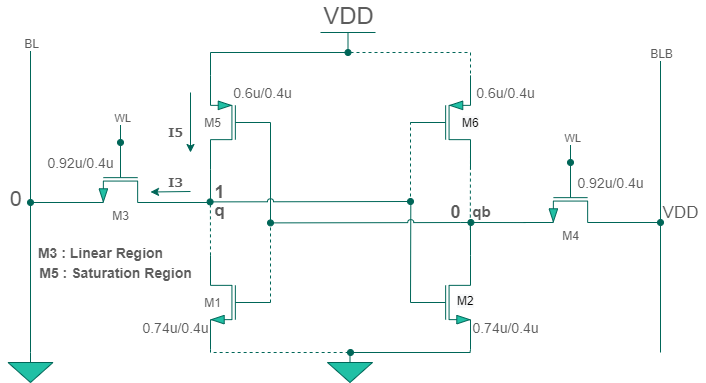
This is Images/write.png from Khadgaray/6T_SRAM, a draw.io export, as it was before one commit. Source tidied: cells renumbered, new cells last; positions are measured from the earlier drawing's top-left corner, leaving out a move shared by most shapes.
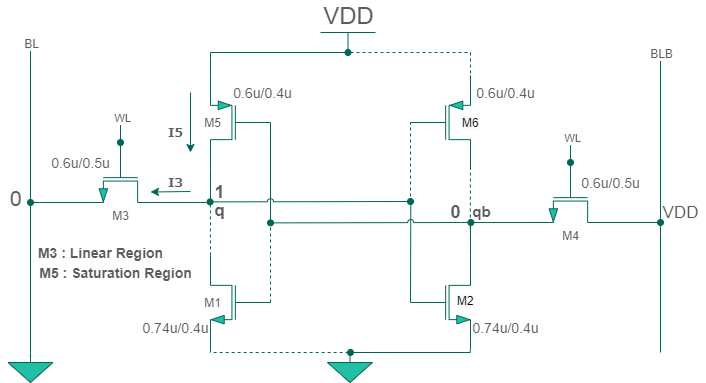
Later version of the same file.

Diff of the diagram source:
```diff
@@ -143,11 +143,11 @@
         <mxPoint x="1" as="offset" />
       </mxGeometry>
     </mxCell>
-    <mxCell id="33" value="0.92u/0.4u" style="text;html=1;align=center;verticalAlign=middle;fillColor=none;strokeColor=none;rounded=0;fontSize=14;fontColor=#5C5C5C;" parent="1" vertex="1">
-      <mxGeometry x="40" y="120" width="80" height="20" as="geometry" />
+    <mxCell id="33" value="0.6u/0.5u" style="text;html=1;align=center;verticalAlign=middle;fillColor=none;strokeColor=none;rounded=0;fontSize=14;fontColor=#5C5C5C;" parent="1" vertex="1">
+      <mxGeometry x="45" y="120" width="70" height="20" as="geometry" />
     </mxCell>
-    <mxCell id="34" value="0.92u/0.4u" style="text;html=1;align=center;verticalAlign=middle;fillColor=none;strokeColor=none;rounded=0;strokeWidth=1;fontSize=14;fontColor=#5C5C5C;" parent="1" vertex="1">
-      <mxGeometry x="570" y="140" width="80" height="20" as="geometry" />
+    <mxCell id="34" value="0.6u/0.5u" style="text;html=1;align=center;verticalAlign=middle;fillColor=none;strokeColor=none;rounded=0;strokeWidth=1;fontSize=14;fontColor=#5C5C5C;" parent="1" vertex="1">
+      <mxGeometry x="575" y="140" width="70" height="20" as="geometry" />
     </mxCell>
     <mxCell id="35" value="0.74u/0.4u" style="text;html=1;align=center;verticalAlign=middle;fillColor=none;strokeColor=none;rounded=0;fontSize=14;fontColor=#5C5C5C;" parent="1" vertex="1">
       <mxGeometry x="135" y="285" width="80" height="20" as="geometry" />
```
